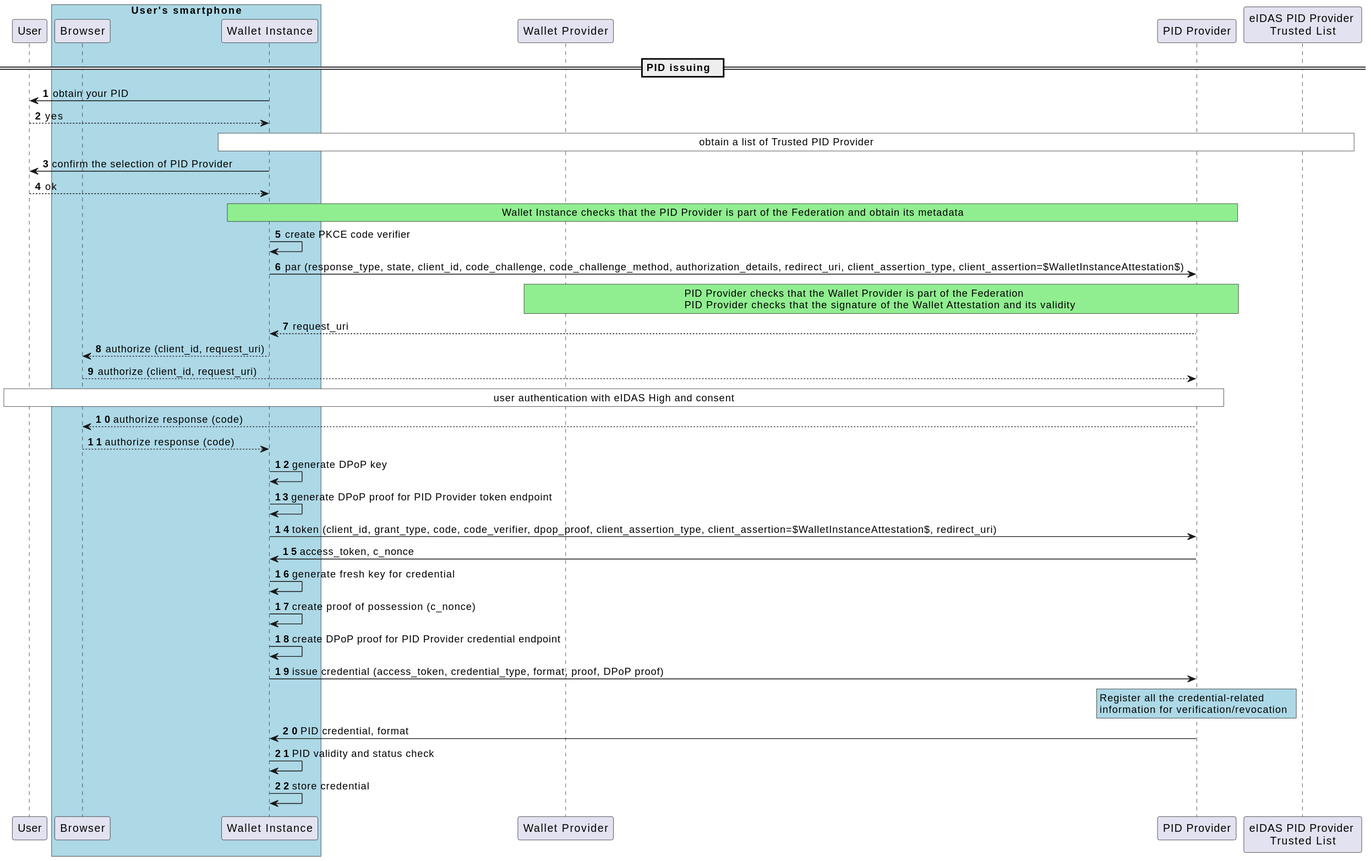
Before: images/Low-Level-Flow-EUDIW-PID-Issuing.svg, a diagram exported from PlantUML (italia/eudi-wallet-it-docs).
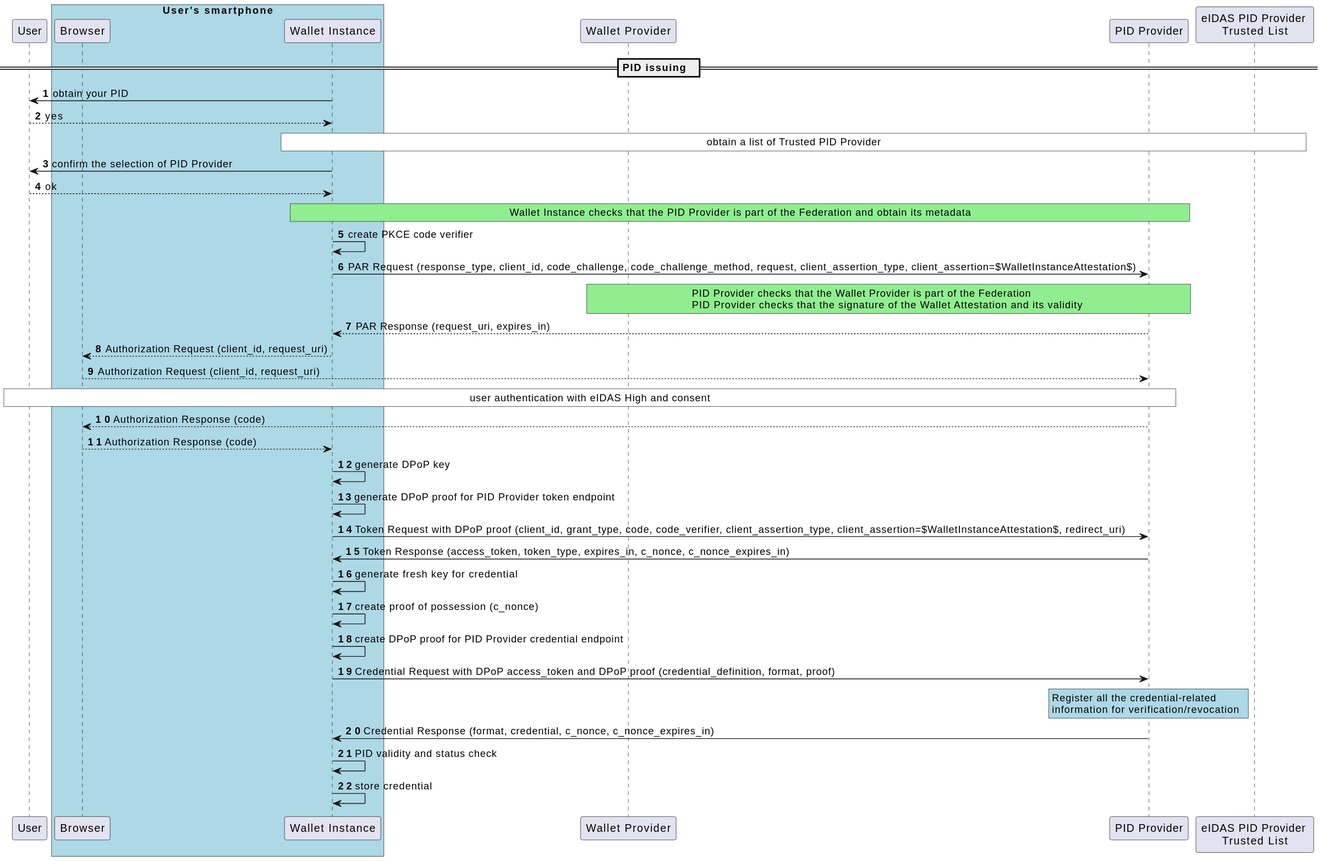
After the commit.

Commit message:
fix: minor typo + msc update

The edit, as a diff of the source:
```diff
@@ -34,35 +34,35 @@
 
 w -> w : create PKCE code verifier
 
-w -> i : par (response_type, state, client_id, code_challenge, code_challenge_method, authorization_details, redirect_uri, client_assertion_type, client_assertion=$WalletInstanceAttestation$)
+w -> i : PAR Request (response_type, client_id, code_challenge, code_challenge_method, request, client_assertion_type, client_assertion=$WalletInstanceAttestation$)
 rnote over i,b #LIGHTGREEN
 PID Provider checks that the Wallet Provider is part of the Federation
 PID Provider checks that the signature of the Wallet Attestation  and its validity
 endrnote
 
 
-i --> w : request_uri
+i --> w : PAR Response (request_uri, expires_in)
 
 
-w --> ua: authorize (client_id, request_uri)
-ua --> i: authorize (client_id, request_uri)
+w --> ua: Authorization Request (client_id, request_uri)
+ua --> i: Authorization Request (client_id, request_uri)
 
 
 rnote over i,u #WHITE
 user authentication with eIDAS High and consent
 endrnote
 
-i --> ua : authorize response (code)
-ua --> w : authorize response (code)
+i --> ua : Authorization Response (code)
+ua --> w : Authorization Response (code)
 
 w -> w : generate DPoP key
 
 w -> w : generate DPoP proof for PID Provider token endpoint
 
 
-w -> i : token (client_id, grant_type, code, code_verifier, dpop_proof, client_assertion_type, client_assertion=$WalletInstanceAttestation$, redirect_uri)
+w -> i : Token Request with DPoP proof (client_id, grant_type, code, code_verifier, client_assertion_type, client_assertion=$WalletInstanceAttestation$, redirect_uri)
 
-i -> w : access_token, c_nonce
+i -> w : Token Response (access_token, token_type, expires_in, c_nonce, c_nonce_expires_in)
 
 w -> w : generate fresh key for credential
 
@@ -70,14 +70,13 @@
 
 w  -> w : create DPoP proof for PID Provider credential endpoint
 
-w -> i : issue credential (access_token, credential_type, format, proof, DPoP proof)
-
+w -> i : Credential Request with DPoP access_token and DPoP proof (credential_definition, format, proof)
 rnote over i #LIGHTBLUE
 Register all the credential-related
 information for verification/revocation
 endrnote
 
-i -> w : PID credential, format
+i -> w : Credential Response (format, credential, c_nonce, c_nonce_expires_in)
 
 w -> w : PID validity and status check
 
```
